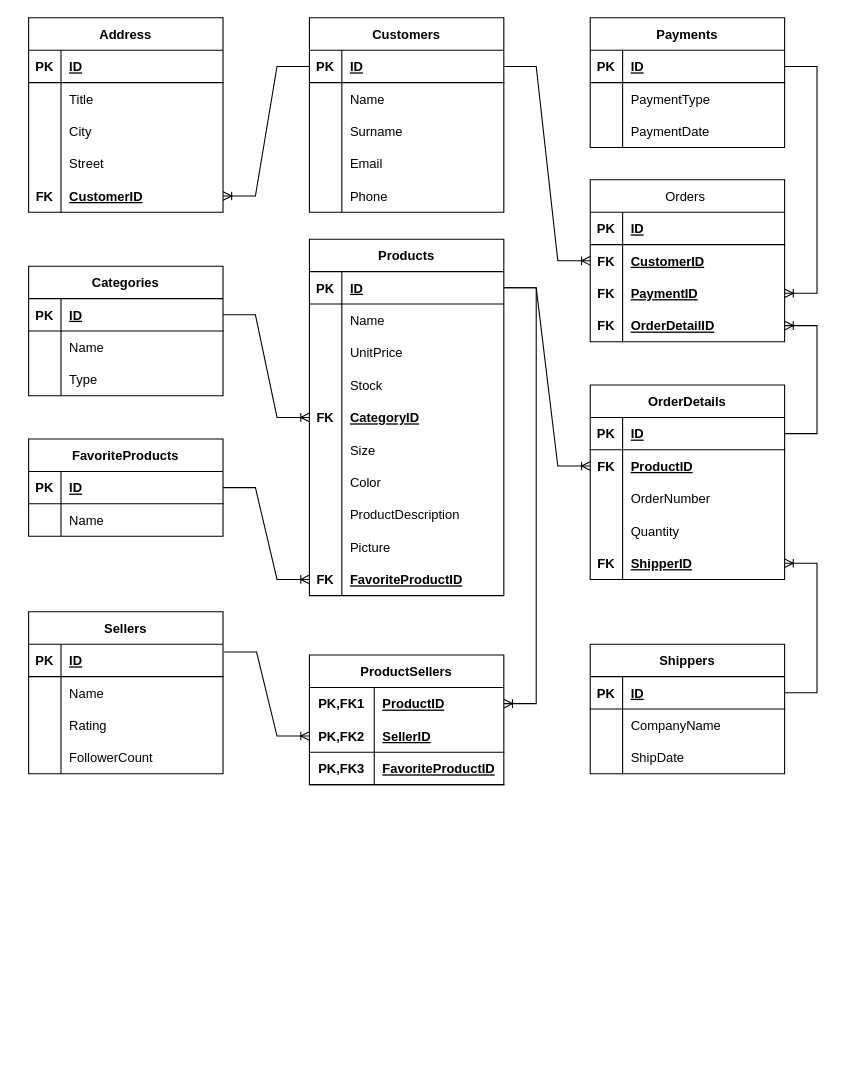
Before: ecommerce-erdiagram.drawio in niluferdone/EtiyaAkademi-Python, a draw.io diagram. Source tidied: cells renumbered, new cells numbered last; positions are measured from the earlier drawing's top-left corner, leaving out a move shared by most shapes. Both pictures are drawn from the tidied source at 108%, with x=0, y=0 at pixel (28, 17).
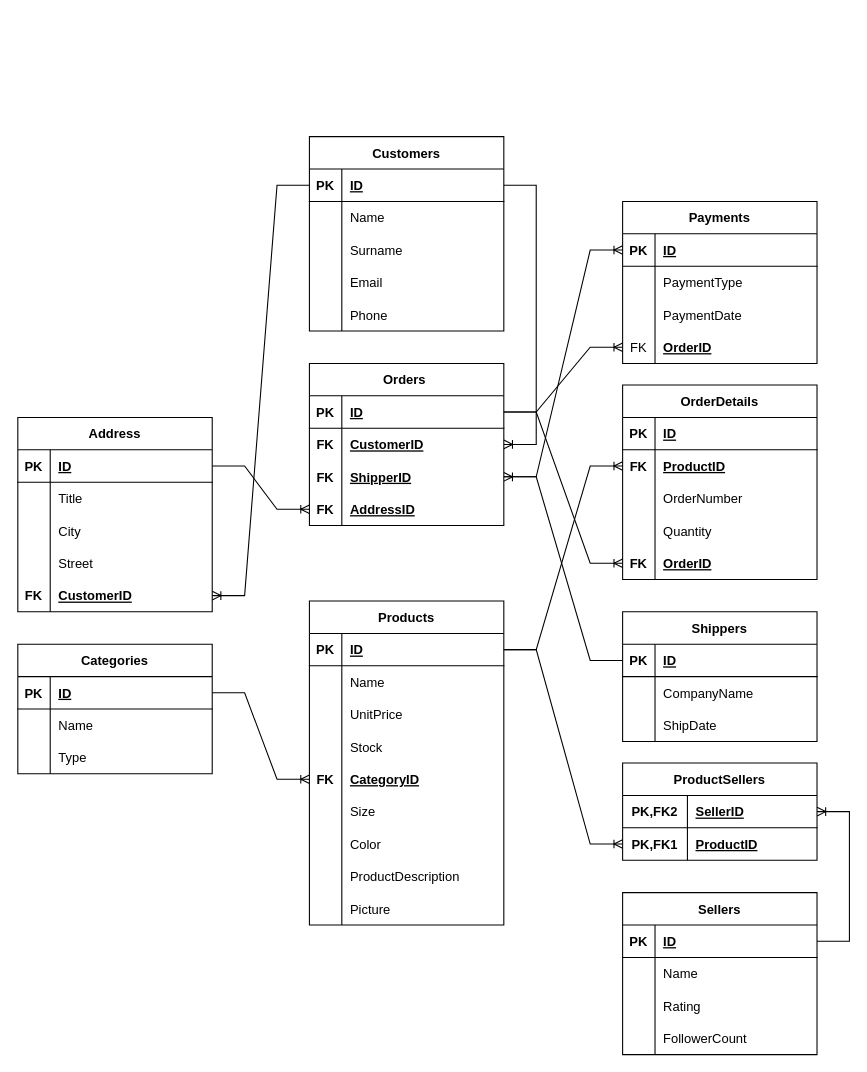
The same page after the edit.

Unchanged cells that the change refers to:
```xml
<mxCell id="19" style="shape=tableRow;horizontal=0;startSize=0;swimlaneHead=0;swimlaneBody=0;fillColor=none;points=[[0,0.5],[1,0.5]];portConstraint=eastwest;top=0;left=0;right=0;bottom=1;" parent="18" vertex="1">
  <mxGeometry y="30" width="180" height="30" as="geometry" />
</mxCell>
<mxCell id="36" style="shape=tableRow;horizontal=0;startSize=0;swimlaneHead=0;swimlaneBody=0;fillColor=none;points=[[0,0.5],[1,0.5]];portConstraint=eastwest;top=0;left=0;right=0;bottom=1;" parent="35" vertex="1">
  <mxGeometry y="30" width="180" height="30" as="geometry" />
</mxCell>
<mxCell id="49" style="shape=tableRow;horizontal=0;startSize=0;swimlaneHead=0;swimlaneBody=0;fillColor=none;points=[[0,0.5],[1,0.5]];portConstraint=eastwest;top=0;left=0;right=0;bottom=1;" parent="48" vertex="1">
  <mxGeometry y="30" width="180" height="30" as="geometry" />
</mxCell>
<mxCell id="102" style="shape=tableRow;horizontal=0;startSize=0;swimlaneHead=0;swimlaneBody=0;fillColor=none;points=[[0,0.5],[1,0.5]];portConstraint=eastwest;top=0;left=0;right=0;bottom=1;" parent="101" vertex="1">
  <mxGeometry y="30" width="180" height="30" as="geometry" />
</mxCell>
<mxCell id="108" style="shape=tableRow;horizontal=0;startSize=0;swimlaneHead=0;swimlaneBody=0;fillColor=none;points=[[0,0.5],[1,0.5]];portConstraint=eastwest;top=0;left=0;right=0;bottom=0;" parent="101" vertex="1">
  <mxGeometry y="90" width="180" height="30" as="geometry" />
</mxCell>
<mxCell id="115" style="shape=tableRow;horizontal=0;startSize=0;swimlaneHead=0;swimlaneBody=0;fillColor=none;points=[[0,0.5],[1,0.5]];portConstraint=eastwest;top=0;left=0;right=0;bottom=1;" parent="114" vertex="1">
  <mxGeometry y="30" width="180" height="30" as="geometry" />
</mxCell>
<mxCell id="125" style="shape=tableRow;horizontal=0;startSize=0;swimlaneHead=0;swimlaneBody=0;fillColor=none;points=[[0,0.5],[1,0.5]];portConstraint=eastwest;top=0;left=0;right=0;bottom=1;" parent="124" vertex="1">
  <mxGeometry y="30" width="180" height="30" as="geometry" />
</mxCell>
<mxCell id="128" style="shape=tableRow;horizontal=0;startSize=0;swimlaneHead=0;swimlaneBody=0;fillColor=none;points=[[0,0.5],[1,0.5]];portConstraint=eastwest;top=0;left=0;right=0;bottom=0;" parent="124" vertex="1">
  <mxGeometry y="60" width="180" height="30" as="geometry" />
</mxCell>
<mxCell id="137" style="shape=tableRow;horizontal=0;startSize=0;swimlaneHead=0;swimlaneBody=0;fillColor=none;points=[[0,0.5],[1,0.5]];portConstraint=eastwest;top=0;left=0;right=0;bottom=0;" parent="124" vertex="1">
  <mxGeometry y="150" width="180" height="30" as="geometry" />
</mxCell>
<mxCell id="145" style="shape=tableRow;horizontal=0;startSize=0;swimlaneHead=0;swimlaneBody=0;fillColor=none;points=[[0,0.5],[1,0.5]];portConstraint=eastwest;top=0;left=0;right=0;bottom=1;" parent="144" vertex="1">
  <mxGeometry y="30" width="180" height="30" as="geometry" />
</mxCell>
```

Diff of the diagram source:
```diff
@@
     <mxCell id="2" value="Customers" style="shape=table;startSize=30;childLayout=tableLayout;rowLines=0;fontStyle=1;align=center;" parent="1" vertex="1">
-      <mxGeometry x="260" width="180" height="180" as="geometry" />
+      <mxGeometry x="260" y="110" width="180" height="180" as="geometry" />
     </mxCell>
@@
     <mxCell id="18" value="Address" style="shape=table;startSize=30;childLayout=tableLayout;rowLines=0;fontStyle=1;align=center;" parent="1" vertex="1">
-      <mxGeometry width="180" height="180" as="geometry" />
+      <mxGeometry x="-10" y="370" width="180" height="180" as="geometry" />
     </mxCell>
@@
     <mxCell id="35" value="Sellers" style="shape=table;startSize=30;childLayout=tableLayout;rowLines=0;fontStyle=1;align=center;" parent="1" vertex="1">
-      <mxGeometry y="550" width="180" height="150" as="geometry" />
+      <mxGeometry x="550" y="810" width="180" height="150" as="geometry" />
     </mxCell>
@@
     <mxCell id="48" value="Products" style="shape=table;startSize=30;childLayout=tableLayout;rowLines=0;fontStyle=1;align=center;" parent="1" vertex="1">
-      <mxGeometry x="260" y="205" width="180" height="330" as="geometry" />
+      <mxGeometry x="260" y="540" width="180" height="300" as="geometry" />
     </mxCell>
@@
-    <mxCell id="76" style="shape=tableRow;horizontal=0;startSize=0;swimlaneHead=0;swimlaneBody=0;fillColor=none;points=[[0,0.5],[1,0.5]];portConstraint=eastwest;top=0;left=0;right=0;bottom=0;" parent="48" vertex="1">
-      <mxGeometry y="300" width="180" height="30" as="geometry" />
-    </mxCell>
-    <mxCell id="77" value="FK" style="shape=partialRectangle;fillColor=none;top=0;left=0;bottom=0;right=0;overflow=hidden;fontStyle=1;" parent="76" vertex="1">
-      <mxGeometry width="30" height="30" as="geometry" />
-    </mxCell>
-    <mxCell id="78" value="FavoriteProductID" style="shape=partialRectangle;fillColor=none;top=0;left=0;bottom=0;right=0;align=left;spacingLeft=6;overflow=hidden;fontStyle=5;" parent="76" vertex="1">
-      <mxGeometry x="30" width="150" height="30" as="geometry" />
-    </mxCell>
     <mxCell id="79" value="Categories" style="shape=table;startSize=30;childLayout=tableLayout;rowLines=0;fontStyle=1;align=center;" parent="1" vertex="1">
-      <mxGeometry y="230" width="180" height="120" as="geometry" />
+      <mxGeometry x="-10" y="580" width="180" height="120" as="geometry" />
     </mxCell>
@@
     <mxCell id="90" value="ProductSellers" style="shape=table;startSize=30;childLayout=tableLayout;rowLines=0;fontStyle=1;align=center;" parent="1" vertex="1">
-      <mxGeometry x="260" y="590" width="180" height="120" as="geometry" />
+      <mxGeometry x="550" y="690" width="180" height="90" as="geometry" />
     </mxCell>
+    <mxCell id="94" style="shape=tableRow;horizontal=0;startSize=0;swimlaneHead=0;swimlaneBody=0;fillColor=none;points=[[0,0.5],[1,0.5]];portConstraint=eastwest;top=0;left=0;right=0;bottom=1;" parent="90" vertex="1">
+      <mxGeometry y="30" width="180" height="30" as="geometry" />
+    </mxCell>
+    <mxCell id="95" value="PK,FK2" style="shape=partialRectangle;fillColor=none;top=0;left=0;bottom=0;right=0;fontStyle=1;overflow=hidden;" parent="94" vertex="1">
+      <mxGeometry width="60" height="30" as="geometry" />
+    </mxCell>
+    <mxCell id="96" value="SellerID" style="shape=partialRectangle;fillColor=none;top=0;left=0;bottom=0;right=0;align=left;spacingLeft=6;fontStyle=5;overflow=hidden;" parent="94" vertex="1">
+      <mxGeometry x="60" width="120" height="30" as="geometry" />
+    </mxCell>
     <mxCell id="91" style="shape=tableRow;horizontal=0;startSize=0;swimlaneHead=0;swimlaneBody=0;fillColor=none;points=[[0,0.5],[1,0.5]];portConstraint=eastwest;top=0;left=0;right=0;bottom=0;" parent="90" vertex="1">
-      <mxGeometry y="30" width="180" height="30" as="geometry" />
+      <mxGeometry y="60" width="180" height="30" as="geometry" />
     </mxCell>
@@
-    <mxCell id="94" style="shape=tableRow;horizontal=0;startSize=0;swimlaneHead=0;swimlaneBody=0;fillColor=none;points=[[0,0.5],[1,0.5]];portConstraint=eastwest;top=0;left=0;right=0;bottom=1;" parent="90" vertex="1">
-      <mxGeometry y="60" width="180" height="30" as="geometry" />
-    </mxCell>
-    <mxCell id="95" value="PK,FK2" style="shape=partialRectangle;fillColor=none;top=0;left=0;bottom=0;right=0;fontStyle=1;overflow=hidden;" parent="94" vertex="1">
-      <mxGeometry width="60" height="30" as="geometry" />
-    </mxCell>
-    <mxCell id="96" value="SellerID" style="shape=partialRectangle;fillColor=none;top=0;left=0;bottom=0;right=0;align=left;spacingLeft=6;fontStyle=5;overflow=hidden;" parent="94" vertex="1">
-      <mxGeometry x="60" width="120" height="30" as="geometry" />
-    </mxCell>
-    <mxCell id="97" style="shape=tableRow;horizontal=0;startSize=0;swimlaneHead=0;swimlaneBody=0;fillColor=none;top=0;left=0;right=0;bottom=1;" parent="90" vertex="1">
-      <mxGeometry y="90" width="180" height="30" as="geometry" />
-    </mxCell>
-    <mxCell id="98" value="PK,FK3" style="shape=partialRectangle;fillColor=none;top=0;left=0;bottom=0;right=0;fontStyle=1;overflow=hidden;" parent="97" vertex="1">
-      <mxGeometry width="60" height="30" as="geometry" />
-    </mxCell>
-    <mxCell id="99" value="FavoriteProductID" style="shape=partialRectangle;fillColor=none;top=0;left=0;bottom=0;right=0;align=left;spacingLeft=6;fontStyle=5;overflow=hidden;" parent="97" vertex="1">
-      <mxGeometry x="60" width="120" height="30" as="geometry" />
-    </mxCell>
-    <mxCell id="100" style="edgeStyle=entityRelationEdgeStyle;fontSize=12;html=1;endArrow=ERoneToMany;rounded=0;entryX=1;entryY=0.5;entryDx=0;entryDy=0;exitX=1;exitY=0.5;exitDx=0;exitDy=0;" parent="1" edge="1" source="49" target="91">
+    <mxCell id="100" style="edgeStyle=entityRelationEdgeStyle;fontSize=12;html=1;endArrow=ERoneToMany;rounded=0;exitX=1;exitY=0.5;exitDx=0;exitDy=0;" parent="1" edge="1" source="49" target="91">
       <mxGeometry relative="1" as="geometry" />
     </mxCell>
-    <mxCell id="101" value="Orders " style="shape=table;startSize=30;childLayout=tableLayout;rowLines=0;fontStyle=0;align=center;" parent="1" vertex="1">
-      <mxGeometry x="520" y="150" width="180" height="150" as="geometry" />
+    <mxCell id="101" value="Orders " style="shape=table;startSize=30;childLayout=tableLayout;rowLines=0;fontStyle=1;align=center;" parent="1" vertex="1">
+      <mxGeometry x="260" y="320" width="180" height="150" as="geometry" />
     </mxCell>
@@
-    <mxCell id="109" value="FK" style="shape=partialRectangle;fillColor=none;top=0;left=0;bottom=0;right=0;overflow=hidden;fontStyle=1;" parent="108" vertex="1">
-      <mxGeometry width="30" height="30" as="geometry" />
-    </mxCell>
-    <mxCell id="110" value="PaymentID" style="shape=partialRectangle;fillColor=none;top=0;left=0;bottom=0;right=0;align=left;spacingLeft=6;overflow=hidden;fontStyle=5;" parent="108" vertex="1">
-      <mxGeometry x="30" width="150" height="30" as="geometry" />
-    </mxCell>
-    <mxCell id="111" style="shape=tableRow;horizontal=0;startSize=0;swimlaneHead=0;swimlaneBody=0;fillColor=none;points=[[0,0.5],[1,0.5]];portConstraint=eastwest;top=0;left=0;right=0;bottom=0;" parent="101" vertex="1">
-      <mxGeometry y="120" width="180" height="30" as="geometry" />
-    </mxCell>
-    <mxCell id="112" value="FK" style="shape=partialRectangle;fillColor=none;top=0;left=0;bottom=0;right=0;overflow=hidden;fontStyle=1;" parent="111" vertex="1">
-      <mxGeometry width="30" height="30" as="geometry" />
-    </mxCell>
-    <mxCell id="113" value="OrderDetailID" style="shape=partialRectangle;fillColor=none;top=0;left=0;bottom=0;right=0;align=left;spacingLeft=6;overflow=hidden;fontStyle=5;" parent="111" vertex="1">
-      <mxGeometry x="30" width="150" height="30" as="geometry" />
-    </mxCell>
+    <mxCell id="164" value="FK" style="shape=partialRectangle;fillColor=none;top=0;left=0;bottom=0;right=0;overflow=hidden;fontStyle=1;" parent="108" vertex="1">
+      <mxGeometry width="30" height="30" as="geometry" />
+    </mxCell>
+    <mxCell id="139" value="ShipperID" style="shape=partialRectangle;fillColor=none;top=0;left=0;bottom=0;right=0;align=left;spacingLeft=6;overflow=hidden;fontStyle=5;" parent="108" vertex="1">
+      <mxGeometry x="30" width="150" height="30" as="geometry" />
+    </mxCell>
+    <mxCell id="165" style="shape=tableRow;horizontal=0;startSize=0;swimlaneHead=0;swimlaneBody=0;fillColor=none;points=[[0,0.5],[1,0.5]];portConstraint=eastwest;top=0;left=0;right=0;bottom=0;" parent="101" vertex="1">
+      <mxGeometry y="120" width="180" height="30" as="geometry" />
+    </mxCell>
+    <mxCell id="166" value="FK" style="shape=partialRectangle;fillColor=none;top=0;left=0;bottom=0;right=0;overflow=hidden;fontStyle=1;" parent="165" vertex="1">
+      <mxGeometry width="30" height="30" as="geometry" />
+    </mxCell>
+    <mxCell id="167" value="AddressID" style="shape=partialRectangle;fillColor=none;top=0;left=0;bottom=0;right=0;align=left;spacingLeft=6;overflow=hidden;fontStyle=5;" parent="165" vertex="1">
+      <mxGeometry x="30" width="150" height="30" as="geometry" />
+    </mxCell>
     <mxCell id="114" value="Payments" style="shape=table;startSize=30;childLayout=tableLayout;rowLines=0;fontStyle=1;align=center;" parent="1" vertex="1">
-      <mxGeometry x="520" width="180" height="120" as="geometry" />
+      <mxGeometry x="550" y="170" width="180" height="150" as="geometry" />
     </mxCell>
@@
+    <mxCell id="168" style="shape=tableRow;horizontal=0;startSize=0;swimlaneHead=0;swimlaneBody=0;fillColor=none;points=[[0,0.5],[1,0.5]];portConstraint=eastwest;top=0;left=0;right=0;bottom=0;" parent="114" vertex="1">
+      <mxGeometry y="120" width="180" height="30" as="geometry" />
+    </mxCell>
+    <mxCell id="169" value="FK" style="shape=partialRectangle;fillColor=none;top=0;left=0;bottom=0;right=0;overflow=hidden;" parent="168" vertex="1">
+      <mxGeometry width="30" height="30" as="geometry" />
+    </mxCell>
+    <mxCell id="170" value="OrderID" style="shape=partialRectangle;fillColor=none;top=0;left=0;bottom=0;right=0;align=left;spacingLeft=6;overflow=hidden;fontStyle=5;" parent="168" vertex="1">
+      <mxGeometry x="30" width="150" height="30" as="geometry" />
+    </mxCell>
     <mxCell id="124" value="OrderDetails" style="shape=table;startSize=30;childLayout=tableLayout;rowLines=0;fontStyle=1;align=center;" parent="1" vertex="1">
-      <mxGeometry x="520" y="340" width="180" height="180" as="geometry" />
+      <mxGeometry x="550" y="340" width="180" height="180" as="geometry" />
     </mxCell>
@@
-    <mxCell id="138" value="FK" style="shape=partialRectangle;fillColor=none;top=0;left=0;bottom=0;right=0;overflow=hidden;fontStyle=1;" parent="137" vertex="1">
-      <mxGeometry width="30" height="30" as="geometry" />
-    </mxCell>
-    <mxCell id="139" value="ShipperID" style="shape=partialRectangle;fillColor=none;top=0;left=0;bottom=0;right=0;align=left;spacingLeft=6;overflow=hidden;fontStyle=5;" parent="137" vertex="1">
-      <mxGeometry x="30" width="150" height="30" as="geometry" />
-    </mxCell>
+    <mxCell id="171" value="FK" style="shape=partialRectangle;fillColor=none;top=0;left=0;bottom=0;right=0;overflow=hidden;fontStyle=1;" parent="137" vertex="1">
+      <mxGeometry width="30" height="30" as="geometry" />
+    </mxCell>
+    <mxCell id="172" value="OrderID" style="shape=partialRectangle;fillColor=none;top=0;left=0;bottom=0;right=0;align=left;spacingLeft=6;overflow=hidden;fontStyle=5;" parent="137" vertex="1">
+      <mxGeometry x="30" width="150" height="30" as="geometry" />
+    </mxCell>
-    <mxCell id="140" style="edgeStyle=entityRelationEdgeStyle;fontSize=12;html=1;endArrow=ERoneToMany;rounded=0;entryX=0;entryY=0.5;entryDx=0;entryDy=0;" parent="1" edge="1" target="128">
-      <mxGeometry relative="1" as="geometry">
-        <mxPoint x="440" y="250" as="sourcePoint" />
-      </mxGeometry>
+    <mxCell id="140" style="edgeStyle=entityRelationEdgeStyle;fontSize=12;html=1;endArrow=ERoneToMany;rounded=0;entryX=0;entryY=0.5;entryDx=0;entryDy=0;exitX=1;exitY=0.5;exitDx=0;exitDy=0;" parent="1" edge="1" source="49" target="128">
+      <mxGeometry relative="1" as="geometry" />
     </mxCell>
-    <mxCell id="141" style="edgeStyle=entityRelationEdgeStyle;fontSize=12;html=1;endArrow=ERoneToMany;rounded=0;exitX=1;exitY=0.5;exitDx=0;exitDy=0;entryX=1;entryY=0.5;entryDx=0;entryDy=0;" parent="1" edge="1" source="125" target="111">
-      <mxGeometry relative="1" as="geometry" />
-    </mxCell>
-    <mxCell id="142" style="edgeStyle=entityRelationEdgeStyle;fontSize=12;html=1;endArrow=ERoneToMany;rounded=0;entryX=1;entryY=0.5;entryDx=0;entryDy=0;exitX=1;exitY=0.5;exitDx=0;exitDy=0;" parent="1" edge="1" source="115" target="108">
-      <mxGeometry relative="1" as="geometry" />
+    <mxCell id="142" style="edgeStyle=entityRelationEdgeStyle;fontSize=12;html=1;endArrow=ERoneToMany;rounded=0;exitX=1;exitY=0.5;exitDx=0;exitDy=0;entryX=0;entryY=0.5;entryDx=0;entryDy=0;" parent="1" edge="1" target="115">
+      <mxGeometry relative="1" as="geometry">
+        <mxPoint x="440" y="425" as="sourcePoint" />
+      </mxGeometry>
     </mxCell>
@@
     <mxCell id="144" value="Shippers" style="shape=table;startSize=30;childLayout=tableLayout;rowLines=0;fontStyle=1;align=center;" parent="1" vertex="1">
-      <mxGeometry x="520" y="580" width="180" height="120" as="geometry" />
+      <mxGeometry x="550" y="550" width="180" height="120" as="geometry" />
     </mxCell>
@@
-    <mxCell id="154" style="edgeStyle=entityRelationEdgeStyle;fontSize=12;html=1;endArrow=ERoneToMany;rounded=0;entryX=1;entryY=0.5;entryDx=0;entryDy=0;exitX=1;exitY=0.5;exitDx=0;exitDy=0;" parent="1" edge="1" source="145" target="137">
+    <mxCell id="154" style="edgeStyle=entityRelationEdgeStyle;fontSize=12;html=1;endArrow=ERoneToMany;rounded=0;entryX=1;entryY=0.5;entryDx=0;entryDy=0;exitX=0;exitY=0.5;exitDx=0;exitDy=0;" parent="1" edge="1" source="145" target="108">
       <mxGeometry relative="1" as="geometry" />
     </mxCell>
-    <mxCell id="155" style="edgeStyle=entityRelationEdgeStyle;fontSize=12;html=1;endArrow=ERoneToMany;rounded=0;entryX=0;entryY=0.5;entryDx=0;entryDy=0;exitX=1.006;exitY=0.242;exitDx=0;exitDy=0;exitPerimeter=0;" parent="1" edge="1" source="36" target="94">
+    <mxCell id="155" style="edgeStyle=entityRelationEdgeStyle;fontSize=12;html=1;endArrow=ERoneToMany;rounded=0;entryX=1;entryY=0.5;entryDx=0;entryDy=0;" parent="1" edge="1" source="36" target="94">
       <mxGeometry relative="1" as="geometry" />
     </mxCell>
-    <mxCell id="156" value="FavoriteProducts" style="shape=table;startSize=30;childLayout=tableLayout;rowLines=0;fontStyle=1;align=center;" parent="1" vertex="1">
-      <mxGeometry y="390" width="180" height="90" as="geometry" />
-    </mxCell>
-    <mxCell id="157" style="shape=tableRow;horizontal=0;startSize=0;swimlaneHead=0;swimlaneBody=0;fillColor=none;points=[[0,0.5],[1,0.5]];portConstraint=eastwest;top=0;left=0;right=0;bottom=1;" parent="156" vertex="1">
-      <mxGeometry y="30" width="180" height="30" as="geometry" />
-    </mxCell>
-    <mxCell id="158" value="PK" style="shape=partialRectangle;fillColor=none;top=0;left=0;bottom=0;right=0;fontStyle=1;overflow=hidden;" parent="157" vertex="1">
-      <mxGeometry width="30" height="30" as="geometry" />
-    </mxCell>
-    <mxCell id="159" value="ID" style="shape=partialRectangle;fillColor=none;top=0;left=0;bottom=0;right=0;align=left;spacingLeft=6;fontStyle=5;overflow=hidden;" parent="157" vertex="1">
-      <mxGeometry x="30" width="150" height="30" as="geometry" />
-    </mxCell>
-    <mxCell id="160" style="shape=tableRow;horizontal=0;startSize=0;swimlaneHead=0;swimlaneBody=0;fillColor=none;top=0;left=0;right=0;bottom=0;" parent="156" vertex="1">
-      <mxGeometry y="60" width="180" height="30" as="geometry" />
-    </mxCell>
-    <mxCell id="161" style="shape=partialRectangle;fillColor=none;top=0;left=0;bottom=0;right=0;overflow=hidden;" parent="160" vertex="1">
-      <mxGeometry width="30" height="30" as="geometry" />
-    </mxCell>
-    <mxCell id="162" value="Name" style="shape=partialRectangle;fillColor=none;top=0;left=0;bottom=0;right=0;align=left;spacingLeft=6;overflow=hidden;" parent="160" vertex="1">
-      <mxGeometry x="30" width="150" height="30" as="geometry" />
-    </mxCell>
-    <mxCell id="163" style="edgeStyle=entityRelationEdgeStyle;fontSize=12;html=1;endArrow=ERoneToMany;rounded=0;entryX=0;entryY=0.5;entryDx=0;entryDy=0;exitX=1;exitY=0.5;exitDx=0;exitDy=0;" parent="1" edge="1" source="157" target="76">
-      <mxGeometry relative="1" as="geometry" />
-    </mxCell>
+    <mxCell id="173" style="edgeStyle=entityRelationEdgeStyle;fontSize=12;html=1;endArrow=ERoneToMany;rounded=0;entryX=0;entryY=0.5;entryDx=0;entryDy=0;exitX=1;exitY=0.5;exitDx=0;exitDy=0;" parent="1" edge="1" source="19" target="165">
+      <mxGeometry relative="1" as="geometry" />
+    </mxCell>
+    <mxCell id="174" style="edgeStyle=entityRelationEdgeStyle;fontSize=12;html=1;endArrow=ERoneToMany;rounded=0;exitX=1;exitY=0.5;exitDx=0;exitDy=0;" parent="1" edge="1" source="102" target="137">
+      <mxGeometry relative="1" as="geometry" />
+    </mxCell>
+    <mxCell id="175" style="edgeStyle=entityRelationEdgeStyle;fontSize=12;html=1;endArrow=ERoneToMany;rounded=0;entryX=0;entryY=0.5;entryDx=0;entryDy=0;" parent="1" edge="1" source="102" target="168">
+      <mxGeometry relative="1" as="geometry" />
+    </mxCell>
```
